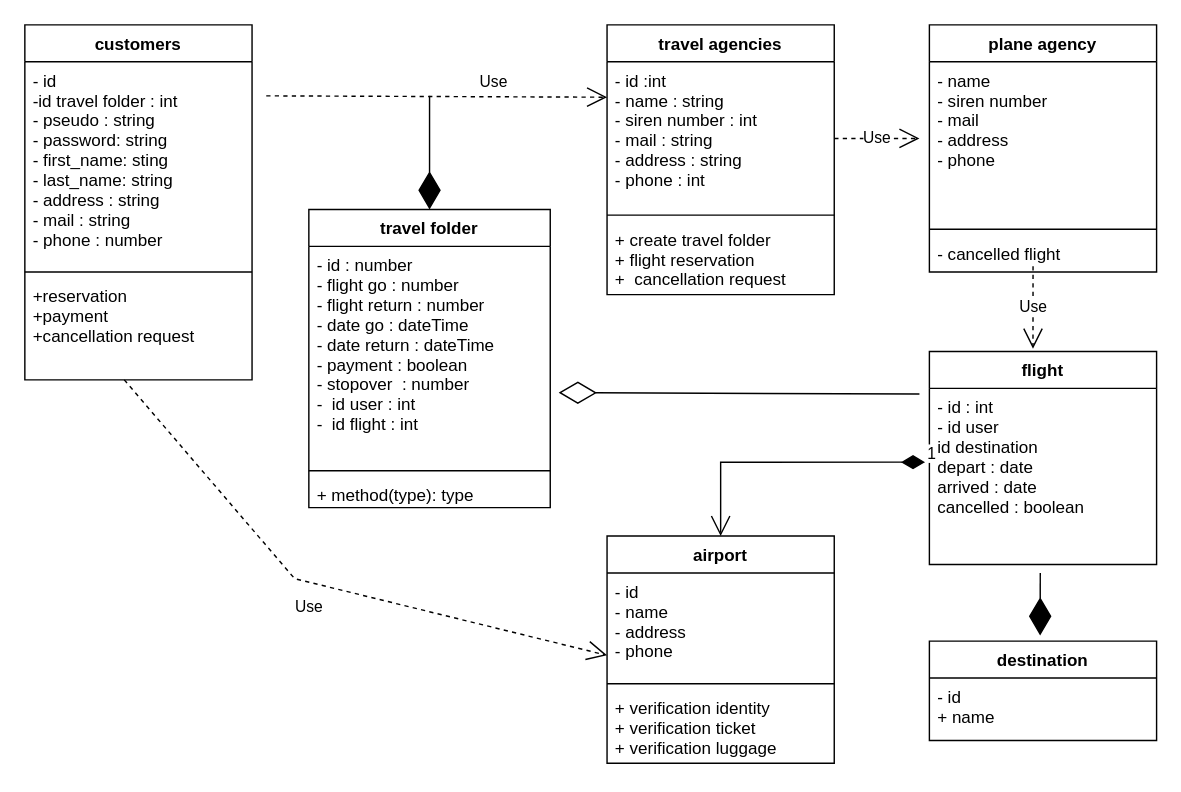
This is Class diagram.drawio from aerobi93/exoUML, a draw.io file, before an edit. Source tidied: cells renumbered, new cells numbered last; positions are measured from the earlier drawing's top-left corner, leaving out a move shared by most shapes. Both pictures are drawn from the tidied source at 142%, with x=0, y=0 at pixel (24, 24).
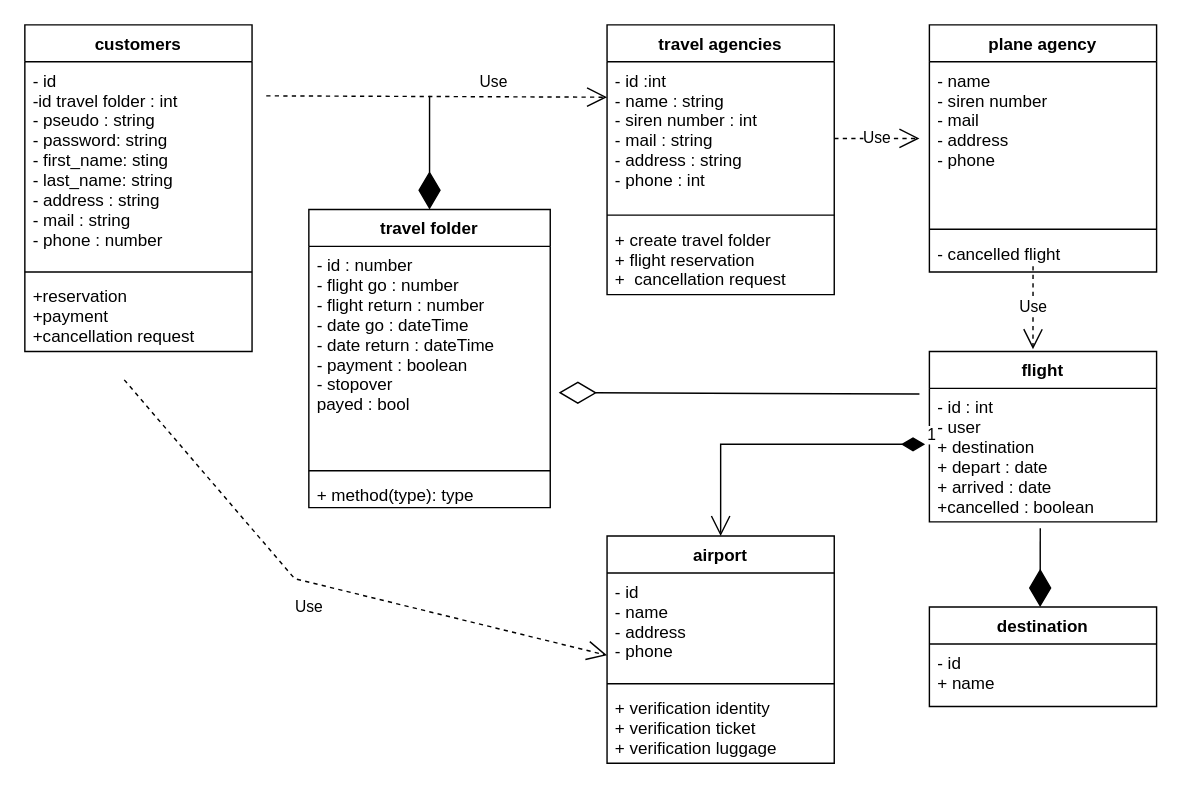
The same diagram, later.

Unchanged cells that the change refers to:
```xml
<mxCell id="10" value="travel folder" style="swimlane;fontStyle=1;align=center;verticalAlign=top;horizontal=1;startSize=26;" parent="1" vertex="1">
  <mxGeometry x="200" y="130" width="170" height="210" as="geometry" />
</mxCell>
```

The edit, as a diff of the source:
```diff
@@
     <mxCell id="2" value="customers" style="swimlane;fontStyle=1;align=center;verticalAlign=top;horizontal=1;startSize=26;" parent="1" vertex="1">
-      <mxGeometry width="160" height="250" as="geometry" />
+      <mxGeometry width="160" height="230" as="geometry" />
     </mxCell>
@@
-    <mxCell id="5" value="+reservation&#10;+payment&#10;+cancellation request&#10; " style="text;strokeColor=none;fillColor=none;align=left;verticalAlign=top;spacingLeft=4;spacingRight=4;overflow=hidden;" parent="2" vertex="1">
-      <mxGeometry y="178" width="160" height="72" as="geometry" />
+    <mxCell id="5" value="+reservation&#10;+payment&#10;+cancellation request&#10;" style="text;strokeColor=none;fillColor=none;align=left;verticalAlign=top;spacingLeft=4;spacingRight=4;overflow=hidden;" parent="2" vertex="1">
+      <mxGeometry y="178" width="160" height="52" as="geometry" />
     </mxCell>
@@
-    <mxCell id="12" value="- id : number&#10;- flight go : number&#10;- flight return : number&#10;- date go : dateTime&#10;- date return : dateTime&#10;- payment : boolean&#10;- stopover  : number&#10;-  id user : int &#10;-  id flight : int&#10;" style="text;strokeColor=none;fillColor=none;align=left;verticalAlign=top;spacingLeft=4;spacingRight=4;overflow=hidden;points=[[0,0.5],[1,0.5]];portConstraint=eastwest;" parent="10" vertex="1">
+    <mxCell id="12" value="- id : number&#10;- flight go : number&#10;- flight return : number&#10;- date go : dateTime&#10;- date return : dateTime&#10;- payment : boolean&#10;- stopover &#10;payed : bool&#10;" style="text;strokeColor=none;fillColor=none;align=left;verticalAlign=top;spacingLeft=4;spacingRight=4;overflow=hidden;points=[[0,0.5],[1,0.5]];portConstraint=eastwest;" parent="10" vertex="1">
       <mxGeometry y="26" width="170" height="154" as="geometry" />
     </mxCell>
@@
     <mxCell id="15" value="flight" style="swimlane;fontStyle=1;align=center;verticalAlign=top;horizontal=1;startSize=26;" parent="1" vertex="1">
-      <mxGeometry x="637" y="230" width="160" height="150" as="geometry" />
+      <mxGeometry x="637" y="230" width="160" height="120" as="geometry" />
     </mxCell>
-    <mxCell id="16" value="- id : int&#10;- id user &#10;id destination&#10;depart : date&#10;arrived : date&#10;cancelled : boolean&#10;" style="text;strokeColor=none;fillColor=none;align=left;verticalAlign=top;spacingLeft=4;spacingRight=4;overflow=hidden;points=[[0,0.5],[1,0.5]];portConstraint=eastwest;" parent="15" vertex="1">
-      <mxGeometry y="26" width="160" height="124" as="geometry" />
+    <mxCell id="16" value="- id : int&#10;- user &#10;+ destination&#10;+ depart : date&#10;+ arrived : date&#10;+cancelled : boolean&#10;" style="text;strokeColor=none;fillColor=none;align=left;verticalAlign=top;spacingLeft=4;spacingRight=4;overflow=hidden;points=[[0,0.5],[1,0.5]];portConstraint=eastwest;" parent="15" vertex="1">
+      <mxGeometry y="26" width="160" height="94" as="geometry" />
     </mxCell>
@@
     <mxCell id="29" value="destination" style="swimlane;fontStyle=1;align=center;verticalAlign=top;horizontal=1;startSize=26;" parent="1" vertex="1">
-      <mxGeometry x="637" y="434" width="160" height="70" as="geometry" />
+      <mxGeometry x="637" y="410" width="160" height="70" as="geometry" />
     </mxCell>
@@
     <mxCell id="31" style="endArrow=diamondThin;endFill=1;endSize=24;html=1;rounded=0;exitX=0.488;exitY=1.048;exitDx=0;exitDy=0;exitPerimeter=0;" parent="1" edge="1" source="16">
       <mxGeometry relative="1" as="geometry">
-        <mxPoint x="715" y="430" as="targetPoint" />
+        <mxPoint x="715" y="410" as="targetPoint" />
       </mxGeometry>
     </mxCell>
```
